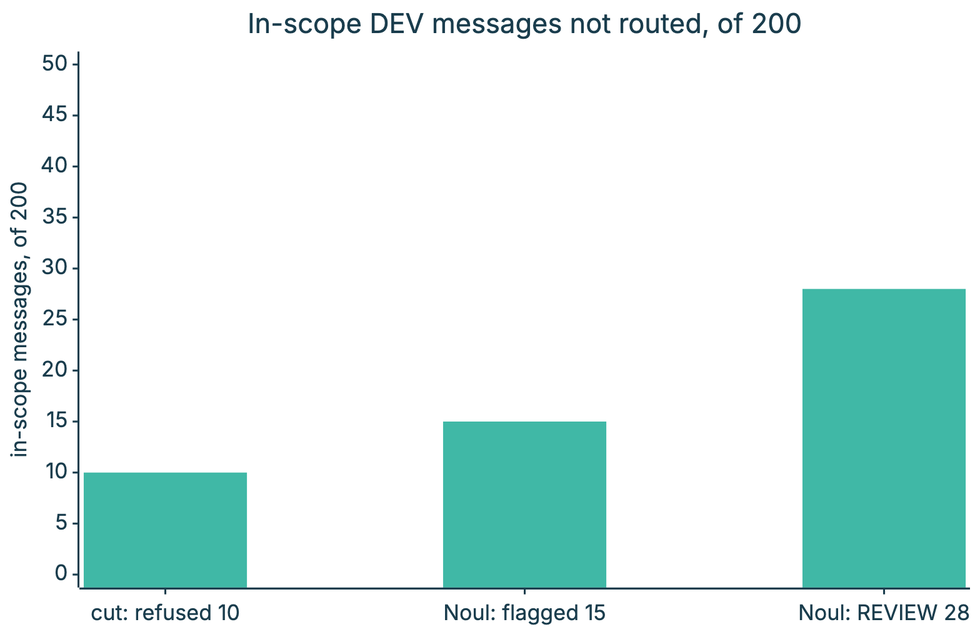
This is course/diagrams/module_03/p2-demo-cost.png from axel-sirota/getting_started_jev, a Mermaid export, as it was before one commit. Its source is kept beside it as course/diagrams/module_03/p2-demo-cost.mmd.
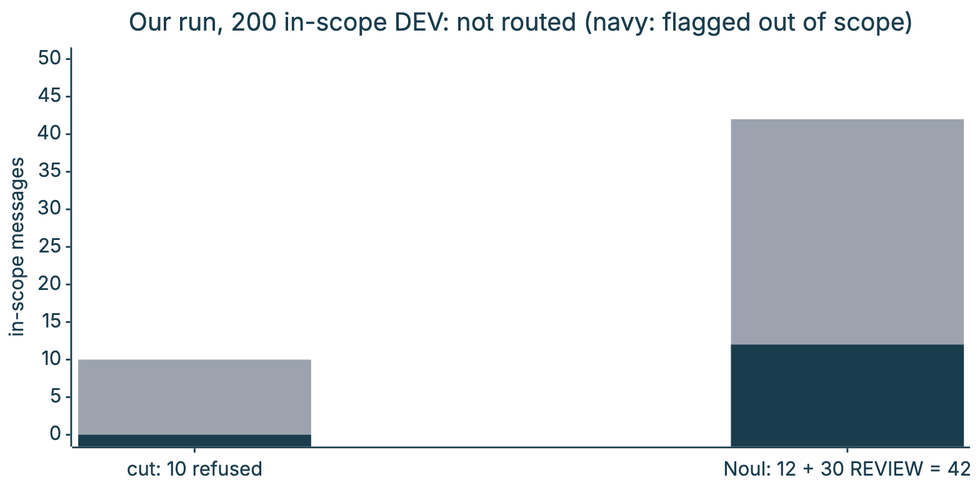
Above is the later version.

What changed in the source:
```diff
@@ -1,6 +1,8 @@
 %%{init: {"theme": "base", "themeVariables": {"fontFamily": "Inter, sans-serif", "primaryColor": "#ECF8F6", "primaryBorderColor": "#40B8A6", "primaryTextColor": "#111827", "lineColor": "#1A3D4D", "secondaryColor": "#F9FAFB", "tertiaryColor": "#FFFFFF", "clusterBkg": "#F9FAFB", "clusterBorder": "#D1D5DB", "actorBkg": "#ECF8F6", "actorBorder": "#40B8A6", "noteBkgColor": "#FFF6DA", "noteBorderColor": "#E0B84C"}}}%%
+%%{init: {"themeVariables": {"xyChart": {"plotColorPalette": "#9CA3AF, #1A3D4D"}}, "xyChart": {"width": 1100, "height": 550}}}%%
 xychart-beta
-  title "In-scope DEV messages not routed, of 200"
-  x-axis ["cut: refused 10", "Noul: flagged 15", "Noul: REVIEW 28"]
-  y-axis "in-scope messages, of 200" 0 --> 50
-  bar [10, 15, 28]
+  title "Our run, 200 in-scope DEV: not routed (navy: flagged out of scope)"
+  x-axis ["cut: 10 refused", "Noul: 12 + 30 REVIEW = 42"]
+  y-axis "in-scope messages" 0 --> 50
+  bar [10, 42]
+  bar [0, 12]
```
